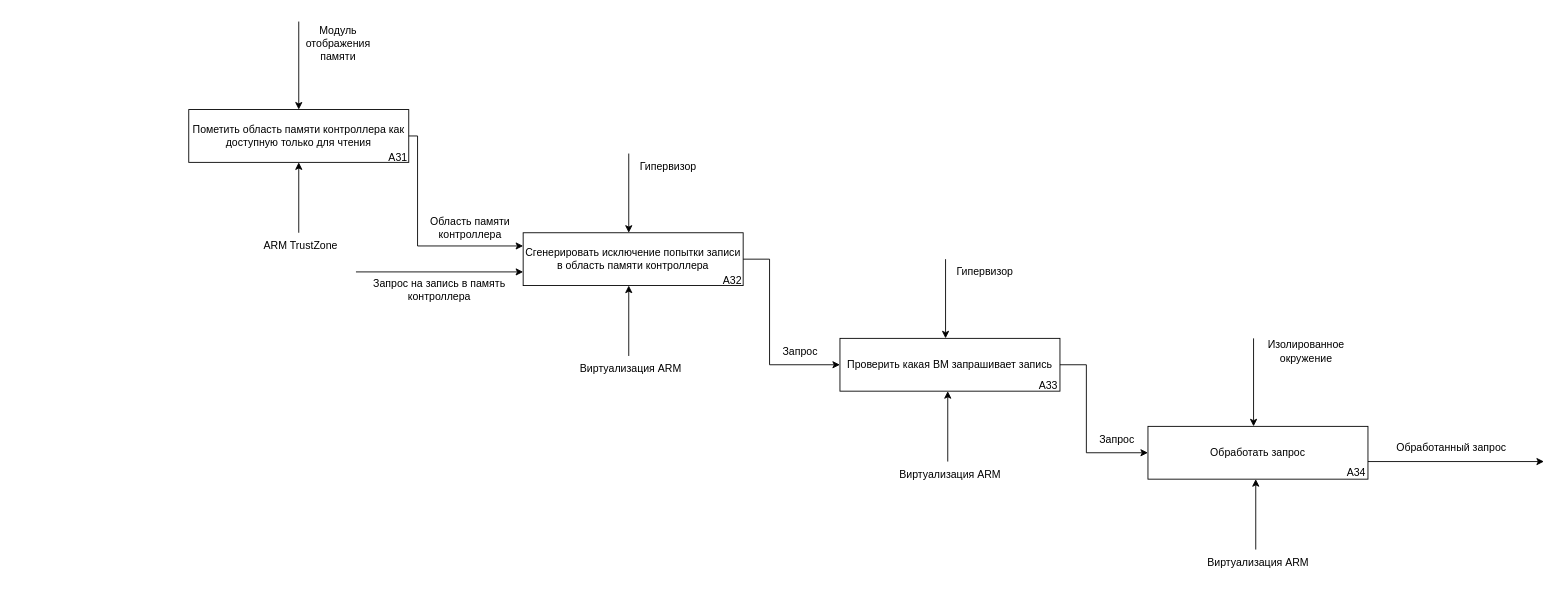
mRrvz/bmstu-masters-diploma keeps this draw.io diagram as page "Page-2" (2 of 2) of docs/drawio/idef0-trap-and-emulate.drawio. Above is the earlier version. Source tidied: cells renumbered, new cells numbered last; positions are measured from the earlier drawing's top-left corner, leaving out a move shared by most shapes. Both pictures are drawn from the tidied source at 88%, with x=0, y=0 at pixel (188, 21).
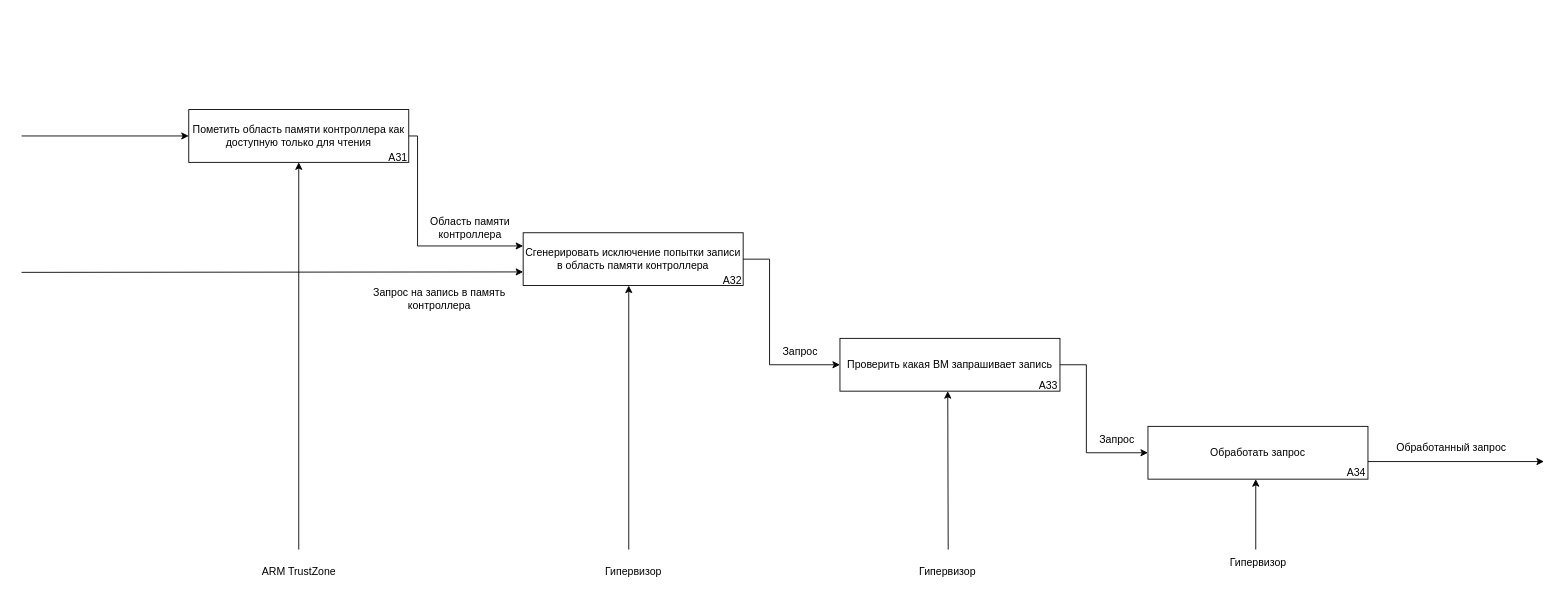
The same page after the edit.

The change refers to these unchanged cells:
```xml
<mxCell id="3" value="Пометить область памяти контроллера как доступную только для чтения" style="rounded=0;whiteSpace=wrap;html=1;" parent="1" vertex="1">
  <mxGeometry y="100" width="250" height="60" as="geometry" />
</mxCell>
```

Change to the diagram source:
```diff
@@
-    <mxCell id="2" style="endArrow=classic;html=1;rounded=0;entryX=0.5;entryY=0;entryDx=0;entryDy=0;" parent="1" edge="1" target="3">
-      <mxGeometry relative="1" as="geometry">
-        <mxPoint x="125" as="sourcePoint" />
-      </mxGeometry>
-    </mxCell>
@@
     <mxCell id="4" style="endArrow=classic;html=1;rounded=0;entryX=0;entryY=0.5;entryDx=0;entryDy=0;" parent="1" edge="1">
       <mxGeometry relative="1" as="geometry">
-        <mxPoint x="190" y="284.5" as="sourcePoint" />
+        <mxPoint x="-190" y="285" as="sourcePoint" />
         <mxPoint x="380" y="284.5" as="targetPoint" />
       </mxGeometry>
     </mxCell>
@@
     <mxCell id="6" value="Запрос на запись в память контроллера" style="text;html=1;align=center;verticalAlign=middle;whiteSpace=wrap;rounded=0;" parent="1" vertex="1">
-      <mxGeometry x="200" y="290" width="170" height="30" as="geometry" />
+      <mxGeometry x="200" y="300" width="170" height="30" as="geometry" />
     </mxCell>
-    <mxCell id="7" value="Модуль отображения памяти" style="text;html=1;align=center;verticalAlign=middle;whiteSpace=wrap;rounded=0;" parent="1" vertex="1">
-      <mxGeometry x="140" y="10" width="60" height="30" as="geometry" />
-    </mxCell>
     <mxCell id="8" style="endArrow=classic;html=1;rounded=0;entryX=0.5;entryY=1;entryDx=0;entryDy=0;" parent="1" edge="1" target="3">
       <mxGeometry relative="1" as="geometry">
-        <mxPoint x="125" y="240" as="sourcePoint" />
+        <mxPoint x="125" y="600" as="sourcePoint" />
       </mxGeometry>
     </mxCell>
     <mxCell id="9" value="ARM TrustZone" style="text;html=1;align=center;verticalAlign=middle;whiteSpace=wrap;rounded=0;" parent="1" vertex="1">
-      <mxGeometry x="65" y="240" width="125" height="30" as="geometry" />
+      <mxGeometry x="62.5" y="610" width="125" height="30" as="geometry" />
     </mxCell>
@@
-    <mxCell id="23" style="endArrow=classic;html=1;rounded=0;entryX=0.5;entryY=0;entryDx=0;entryDy=0;" parent="1" edge="1">
-      <mxGeometry relative="1" as="geometry">
-        <mxPoint x="500" y="150" as="sourcePoint" />
-        <mxPoint x="500" y="240" as="targetPoint" />
-      </mxGeometry>
-    </mxCell>
-    <mxCell id="24" value="Гипервизор" style="text;html=1;align=center;verticalAlign=middle;whiteSpace=wrap;rounded=0;" parent="1" vertex="1">
-      <mxGeometry x="515" y="150" width="60" height="30" as="geometry" />
-    </mxCell>
-    <mxCell id="25" style="endArrow=classic;html=1;rounded=0;entryX=0.5;entryY=0;entryDx=0;entryDy=0;" parent="1" edge="1">
-      <mxGeometry relative="1" as="geometry">
-        <mxPoint x="1210" y="360" as="sourcePoint" />
-        <mxPoint x="1210" y="460" as="targetPoint" />
-      </mxGeometry>
-    </mxCell>
-    <mxCell id="26" value="Изолированное окружение" style="text;html=1;align=center;verticalAlign=middle;whiteSpace=wrap;rounded=0;" parent="1" vertex="1">
-      <mxGeometry x="1240" y="360" width="60" height="30" as="geometry" />
-    </mxCell>
     <mxCell id="27" style="endArrow=classic;html=1;rounded=0;entryX=0.5;entryY=1;entryDx=0;entryDy=0;" parent="1" edge="1">
       <mxGeometry relative="1" as="geometry">
-        <mxPoint x="500" y="380" as="sourcePoint" />
+        <mxPoint x="500" y="600" as="sourcePoint" />
         <mxPoint x="500" y="300" as="targetPoint" />
       </mxGeometry>
     </mxCell>
-    <mxCell id="28" value="Виртуализация ARM" style="text;html=1;align=center;verticalAlign=middle;whiteSpace=wrap;rounded=0;" parent="1" vertex="1">
-      <mxGeometry x="440" y="380" width="125" height="30" as="geometry" />
+    <mxCell id="28" value="Гипервизор" style="text;html=1;align=center;verticalAlign=middle;whiteSpace=wrap;rounded=0;" parent="1" vertex="1">
+      <mxGeometry x="442.5" y="610" width="125" height="30" as="geometry" />
     </mxCell>
     <mxCell id="29" style="endArrow=classic;html=1;rounded=0;entryX=0.5;entryY=1;entryDx=0;entryDy=0;" parent="1" edge="1">
       <mxGeometry relative="1" as="geometry">
-        <mxPoint x="862.5" y="500" as="sourcePoint" />
+        <mxPoint x="863" y="600" as="sourcePoint" />
         <mxPoint x="862.5" y="420" as="targetPoint" />
       </mxGeometry>
     </mxCell>
-    <mxCell id="30" value="Виртуализация ARM" style="text;html=1;align=center;verticalAlign=middle;whiteSpace=wrap;rounded=0;" parent="1" vertex="1">
-      <mxGeometry x="802.5" y="500" width="125" height="30" as="geometry" />
+    <mxCell id="30" value="Гипервизор" style="text;html=1;align=center;verticalAlign=middle;whiteSpace=wrap;rounded=0;" parent="1" vertex="1">
+      <mxGeometry x="800" y="610" width="125" height="30" as="geometry" />
     </mxCell>
@@
-    <mxCell id="32" value="Виртуализация ARM" style="text;html=1;align=center;verticalAlign=middle;whiteSpace=wrap;rounded=0;" parent="1" vertex="1">
+    <mxCell id="32" value="Гипервизор" style="text;html=1;align=center;verticalAlign=middle;whiteSpace=wrap;rounded=0;" parent="1" vertex="1">
       <mxGeometry x="1152.5" y="600" width="125" height="30" as="geometry" />
     </mxCell>
-    <mxCell id="33" style="endArrow=classic;html=1;rounded=0;entryX=0.5;entryY=0;entryDx=0;entryDy=0;" parent="1" edge="1">
-      <mxGeometry relative="1" as="geometry">
-        <mxPoint x="860" y="270" as="sourcePoint" />
-        <mxPoint x="860" y="360" as="targetPoint" />
-      </mxGeometry>
-    </mxCell>
-    <mxCell id="34" value="Гипервизор" style="text;html=1;align=center;verticalAlign=middle;whiteSpace=wrap;rounded=0;" parent="1" vertex="1">
-      <mxGeometry x="875" y="270" width="60" height="30" as="geometry" />
-    </mxCell>
@@
+    <mxCell id="36" style="endArrow=classic;html=1;rounded=0;entryX=0;entryY=0.5;entryDx=0;entryDy=0;" parent="1" edge="1">
+      <mxGeometry relative="1" as="geometry">
+        <mxPoint x="-190" y="130" as="sourcePoint" />
+        <mxPoint y="130" as="targetPoint" />
+      </mxGeometry>
+    </mxCell>
```
